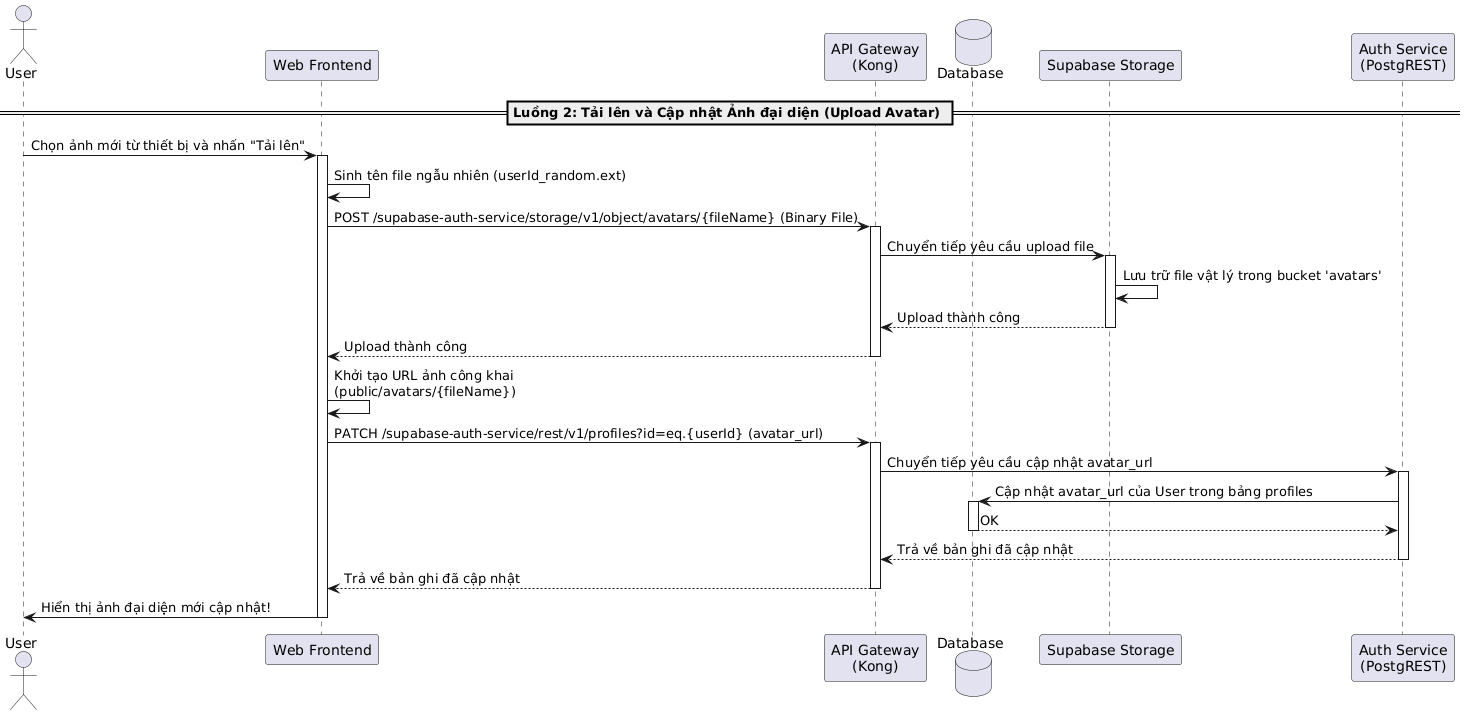
This is temp/05-sequence/UML-Sequence-11.png from 20206205Tech/docs-uml, a PlantUML export, as it was before one commit.
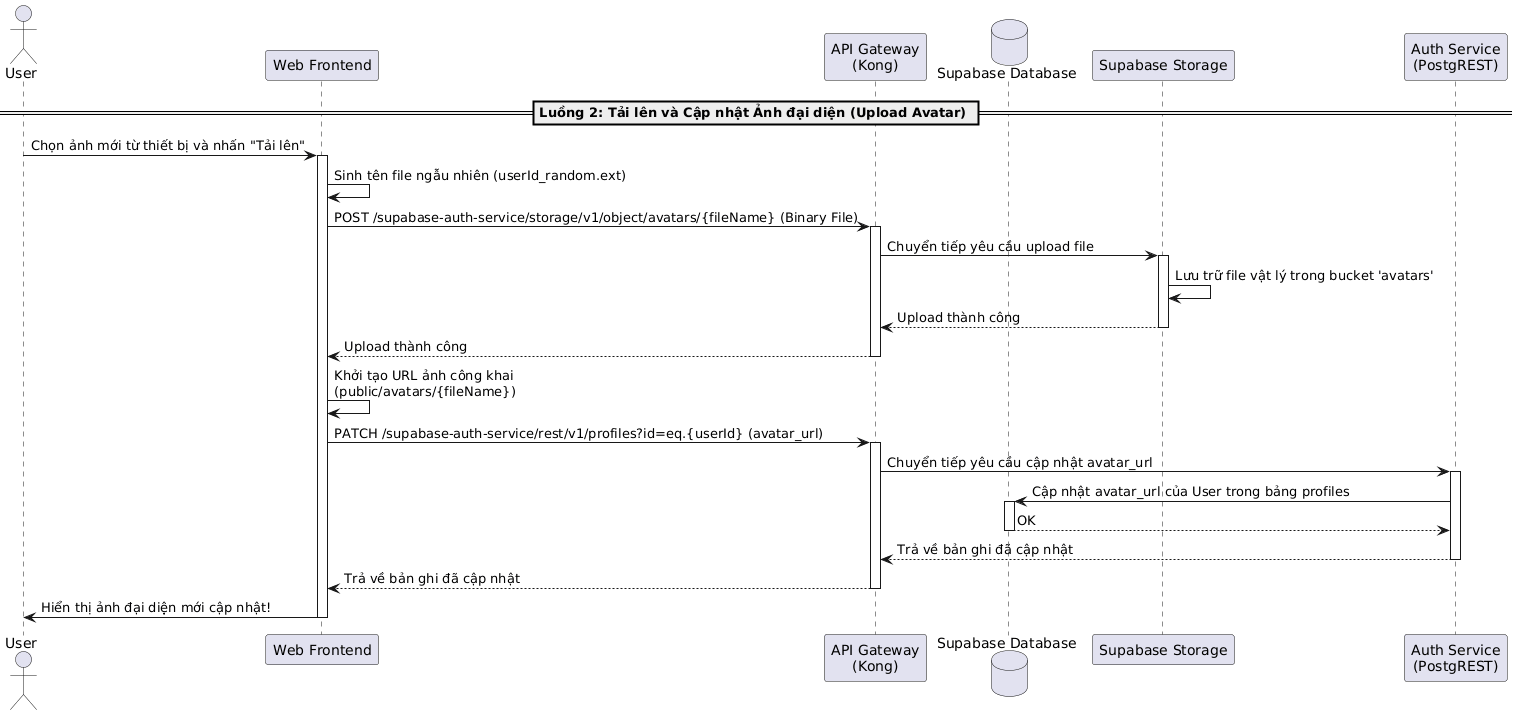
Later version of the same file.

The edit, as a diff of the source:
```diff
@@ -2,7 +2,7 @@
 actor "User" as User
 participant "Web Frontend" as Frontend
 participant "API Gateway\n(Kong)" as Kong
-database "Database" as DB
+database "Supabase Database" as DB
 participant "Supabase Storage" as Storage
 participant "Auth Service\n(PostgREST)" as AuthService
 
```
